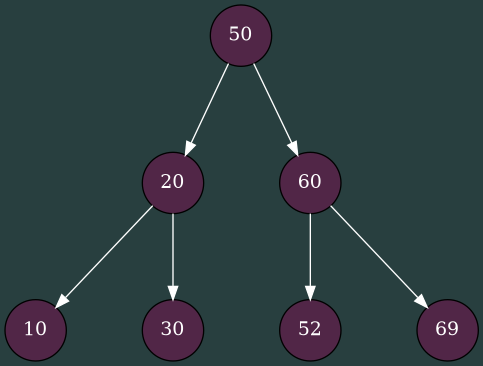
The Graphviz diagram TreeLog/pict_0.png in Shishkin-Vasiliy/Akinator, before a commit. Its source is kept beside it as TreeLog/pict_0.dot.
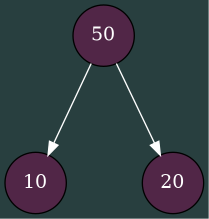
Above is the later version.

What changed in the source:
```diff
@@ -6,32 +6,14 @@
 node50 [shape=circle; style=filled; fillcolor="#6A184DA0"; fontcolor="#FFFFFF";
        label="50"];
 { rank=source; node50 };
-node20 [shape=circle; style=filled; fillcolor="#6A184DA0"; fontcolor="#FFFFFF";
-       label="20"];
 node10 [shape=circle; style=filled; fillcolor="#6A184DA0"; fontcolor="#FFFFFF";
        label="10"];
 { rank=sink; node10 };
 edge [color="#FFFFFF"];
-node20 -> node10
-;node30 [shape=circle; style=filled; fillcolor="#6A184DA0"; fontcolor="#FFFFFF";
-       label="30"];
-{ rank=sink; node30 };
+node50 -> node10
+;node20 [shape=circle; style=filled; fillcolor="#6A184DA0"; fontcolor="#FFFFFF";
+       label="20"];
+{ rank=sink; node20 };
 edge [color="#FFFFFF"];
-node20 -> node30
-;edge [color="#FFFFFF"];
 node50 -> node20
-;node60 [shape=circle; style=filled; fillcolor="#6A184DA0"; fontcolor="#FFFFFF";
-       label="60"];
-node52 [shape=circle; style=filled; fillcolor="#6A184DA0"; fontcolor="#FFFFFF";
-       label="52"];
-{ rank=sink; node52 };
-edge [color="#FFFFFF"];
-node60 -> node52
-;node69 [shape=circle; style=filled; fillcolor="#6A184DA0"; fontcolor="#FFFFFF";
-       label="69"];
-{ rank=sink; node69 };
-edge [color="#FFFFFF"];
-node60 -> node69
-;edge [color="#FFFFFF"];
-node50 -> node60
 ;}
```
